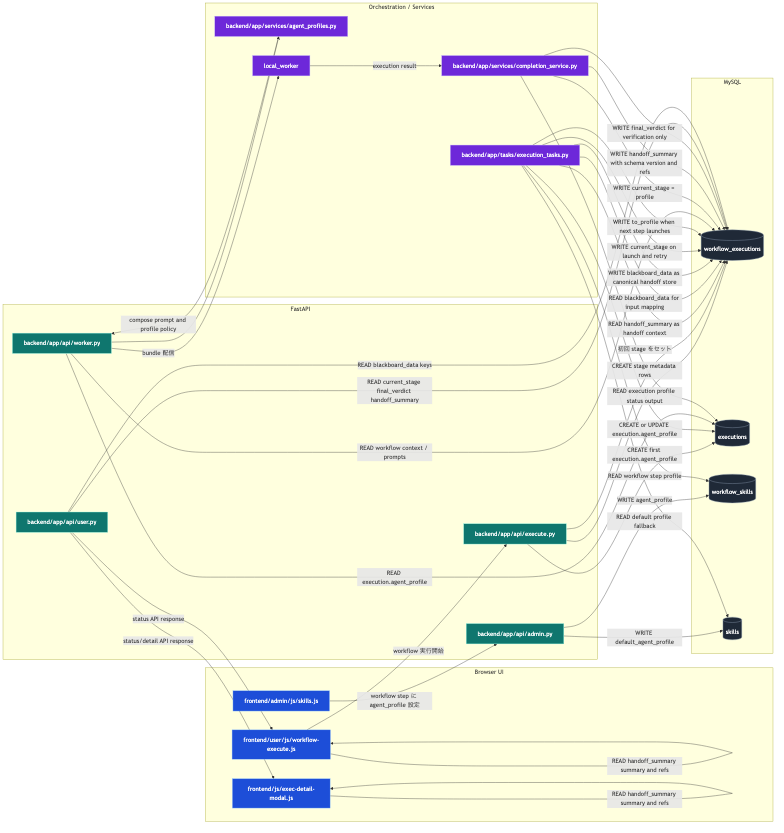
yushihonda/prompt-provision-tool keeps this Mermaid diagram as docs/diagrams/workflow-stage-dataflow.png. Above is the earlier version. Its source is kept beside it as docs/diagrams/workflow-stage-dataflow.mmd. Its diagram source:
```mermaid
flowchart LR

  subgraph UI[Browser UI]
    EXE_UI[frontend/user/js/workflow-execute.js]
    MODAL_UI[frontend/js/exec-detail-modal.js]
    ADMIN_UI[frontend/admin/js/skills.js]
  end

  subgraph API[FastAPI]
    EXEC_API[backend/app/api/execute.py]
    USER_API[backend/app/api/user.py]
    WORKER_API[backend/app/api/worker.py]
    ADMIN_API[backend/app/api/admin.py]
  end

  subgraph ORCH[Orchestration / Services]
    TASKS[backend/app/tasks/execution_tasks.py]
    COMPLETE[backend/app/services/completion_service.py]
    PROFILE[backend/app/services/agent_profiles.py]
    WORKER[local_worker]
  end

  subgraph DB[MySQL]
    WF_EXEC[(workflow_executions)]
    EXEC[(executions)]
    WF_SKILL[(workflow_skills)]
    SKILL[(skills)]
  end

  ADMIN_UI -->|workflow step に agent_profile 設定| ADMIN_API
  ADMIN_API -->|WRITE default_agent_profile| SKILL
  ADMIN_API -->|WRITE agent_profile| WF_SKILL

  EXE_UI -->|workflow 実行開始| EXEC_API
  EXEC_API -->|CREATE stage metadata rows| WF_EXEC
  EXEC_API -->|CREATE first execution.agent_profile| EXEC
  EXEC_API -->|初回 stage をセット| WF_EXEC

  TASKS -->|READ workflow step profile| WF_SKILL
  TASKS -->|READ default profile fallback| SKILL
  TASKS -->|READ handoff_summary as handoff context| WF_EXEC
  TASKS -->|READ blackboard_data for input mapping| WF_EXEC
  TASKS -->|WRITE blackboard_data as canonical handoff store| WF_EXEC
  TASKS -->|WRITE current_stage on launch and retry| WF_EXEC
  TASKS -->|WRITE to_profile when next step launches| WF_EXEC
  TASKS -->|CREATE or UPDATE execution.agent_profile| EXEC

  WORKER_API -->|READ execution.agent_profile| EXEC
  WORKER_API -->|READ workflow context / prompts| WF_EXEC
  WORKER_API --> PROFILE
  PROFILE -->|compose prompt and profile policy| WORKER_API
  WORKER_API -->|bundle 配信| WORKER

  WORKER -->|execution result| COMPLETE
  COMPLETE -->|READ execution profile status output| EXEC
  COMPLETE -->|WRITE current_stage = profile| WF_EXEC
  COMPLETE -->|WRITE handoff_summary with schema version and refs| WF_EXEC
  COMPLETE -->|WRITE final_verdict for verification only| WF_EXEC

  USER_API -->|READ current_stage final_verdict handoff_summary| WF_EXEC
  USER_API -->|READ blackboard_data keys| WF_EXEC
  USER_API -->|status API response| EXE_UI
  USER_API -->|status/detail API response| MODAL_UI

  EXE_UI -->|READ current_stage| EXE_UI
  EXE_UI -->|READ final_verdict| EXE_UI
  EXE_UI -->|READ handoff_summary summary and refs| EXE_UI
  MODAL_UI -->|READ current_stage| MODAL_UI
  MODAL_UI -->|READ final_verdict| MODAL_UI
  MODAL_UI -->|READ handoff_summary summary and refs| MODAL_UI

  classDef db fill:#1f2937,stroke:#94a3b8,color:#fff;
  classDef api fill:#0f766e,stroke:#99f6e4,color:#fff;
  classDef ui fill:#1d4ed8,stroke:#93c5fd,color:#fff;
  classDef svc fill:#6d28d9,stroke:#c4b5fd,color:#fff;

  class WF_EXEC,EXEC,WF_SKILL,SKILL db;
  class EXEC_API,USER_API,WORKER_API,ADMIN_API api;
  class EXE_UI,MODAL_UI,ADMIN_UI ui;
  class TASKS,COMPLETE,PROFILE,WORKER svc;
```
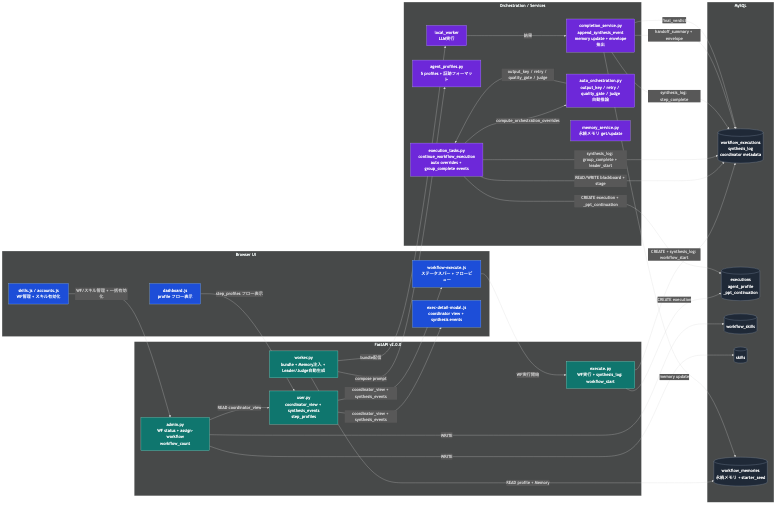
After the commit.

The edit, as a diff of the source:
```diff
@@ -1,80 +1,70 @@
 flowchart LR
-
   subgraph UI[Browser UI]
-    EXE_UI[frontend/user/js/workflow-execute.js]
-    MODAL_UI[frontend/js/exec-detail-modal.js]
-    ADMIN_UI[frontend/admin/js/skills.js]
+    EXE_UI[workflow-execute.js<br/>ステータスバー + フロービュー]
+    MODAL_UI[exec-detail-modal.js<br/>coordinator view + synthesis events]
+    DASH_UI[dashboard.js<br/>profile フロー表示]
+    ADMIN_UI[skills.js / accounts.js<br/>WF管理 + スキル有効化]
   end
 
-  subgraph API[FastAPI]
-    EXEC_API[backend/app/api/execute.py]
-    USER_API[backend/app/api/user.py]
-    WORKER_API[backend/app/api/worker.py]
-    ADMIN_API[backend/app/api/admin.py]
+  subgraph API[FastAPI v2.0.0]
+    EXEC_API[execute.py<br/>WF実行 + synthesis_log: workflow_start]
+    USER_API[user.py<br/>coordinator_view + synthesis_events<br/>step_profiles]
+    WORKER_API[worker.py<br/>bundle + Memory注入 + Leader/Judge自動生成]
+    ADMIN_API[admin.py<br/>WF status + assign-workflow<br/>workflow_count]
   end
 
   subgraph ORCH[Orchestration / Services]
-    TASKS[backend/app/tasks/execution_tasks.py]
-    COMPLETE[backend/app/services/completion_service.py]
-    PROFILE[backend/app/services/agent_profiles.py]
-    WORKER[local_worker]
+    TASKS[execution_tasks.py<br/>continue_workflow_execution<br/>auto overrides + group_complete events]
+    COMPLETE[completion_service.py<br/>append_synthesis_event<br/>memory update + envelope抽出]
+    AUTO[auto_orchestration.py<br/>output_key / retry / quality_gate / judge<br/>自動推論]
+    MEMORY[memory_service.py<br/>永続メモリ get/update]
+    PROFILE[agent_profiles.py<br/>5 profiles + 証跡フォーマット]
+    WORKER[local_worker<br/>LLM実行]
   end
 
   subgraph DB[MySQL]
-    WF_EXEC[(workflow_executions)]
-    EXEC[(executions)]
+    WF_EXEC[(workflow_executions<br/>synthesis_log<br/>coordinator metadata)]
+    EXEC[(executions<br/>agent_profile<br/>_ppt_continuation)]
     WF_SKILL[(workflow_skills)]
     SKILL[(skills)]
+    WF_MEM[(workflow_memories<br/>永続メモリ + starter_seed)]
   end
 
-  ADMIN_UI -->|workflow step に agent_profile 設定| ADMIN_API
-  ADMIN_API -->|WRITE default_agent_profile| SKILL
-  ADMIN_API -->|WRITE agent_profile| WF_SKILL
+  ADMIN_UI -->|WF/スキル管理 + 一括有効化| ADMIN_API
+  ADMIN_API -->|WRITE| SKILL
+  ADMIN_API -->|WRITE| WF_SKILL
+  ADMIN_API -->|READ coordinator_view| USER_API
 
-  EXE_UI -->|workflow 実行開始| EXEC_API
-  EXEC_API -->|CREATE stage metadata rows| WF_EXEC
-  EXEC_API -->|CREATE first execution.agent_profile| EXEC
-  EXEC_API -->|初回 stage をセット| WF_EXEC
+  DASH_UI -->|step_profiles フロー表示| USER_API
+  EXE_UI -->|WF実行開始| EXEC_API
+  EXEC_API -->|CREATE + synthesis_log: workflow_start| WF_EXEC
+  EXEC_API -->|CREATE execution| EXEC
 
-  TASKS -->|READ workflow step profile| WF_SKILL
-  TASKS -->|READ default profile fallback| SKILL
-  TASKS -->|READ handoff_summary as handoff context| WF_EXEC
-  TASKS -->|READ blackboard_data for input mapping| WF_EXEC
-  TASKS -->|WRITE blackboard_data as canonical handoff store| WF_EXEC
-  TASKS -->|WRITE current_stage on launch and retry| WF_EXEC
-  TASKS -->|WRITE to_profile when next step launches| WF_EXEC
-  TASKS -->|CREATE or UPDATE execution.agent_profile| EXEC
+  TASKS -->|compute_orchestration_overrides| AUTO
+  AUTO -->|output_key / retry / quality_gate / judge| TASKS
+  TASKS -->|READ/WRITE blackboard + stage| WF_EXEC
+  TASKS -->|synthesis_log: group_complete + leader_start| WF_EXEC
+  TASKS -->|CREATE execution + _ppt_continuation| EXEC
 
-  WORKER_API -->|READ execution.agent_profile| EXEC
-  WORKER_API -->|READ workflow context / prompts| WF_EXEC
-  WORKER_API --> PROFILE
-  PROFILE -->|compose prompt and profile policy| WORKER_API
-  WORKER_API -->|bundle 配信| WORKER
+  WORKER_API -->|READ profile + Memory| WF_MEM
+  WORKER_API -->|compose prompt| PROFILE
+  WORKER_API -->|bundle配信| WORKER
 
-  WORKER -->|execution result| COMPLETE
-  COMPLETE -->|READ execution profile status output| EXEC
-  COMPLETE -->|WRITE current_stage = profile| WF_EXEC
-  COMPLETE -->|WRITE handoff_summary with schema version and refs| WF_EXEC
-  COMPLETE -->|WRITE final_verdict for verification only| WF_EXEC
+  WORKER -->|結果| COMPLETE
+  COMPLETE -->|synthesis_log: step_complete| WF_EXEC
+  COMPLETE -->|memory update| WF_MEM
+  COMPLETE -->|handoff_summary + envelope| WF_EXEC
+  COMPLETE -->|final_verdict| WF_EXEC
 
-  USER_API -->|READ current_stage final_verdict handoff_summary| WF_EXEC
-  USER_API -->|READ blackboard_data keys| WF_EXEC
-  USER_API -->|status API response| EXE_UI
-  USER_API -->|status/detail API response| MODAL_UI
-
-  EXE_UI -->|READ current_stage| EXE_UI
-  EXE_UI -->|READ final_verdict| EXE_UI
-  EXE_UI -->|READ handoff_summary summary and refs| EXE_UI
-  MODAL_UI -->|READ current_stage| MODAL_UI
-  MODAL_UI -->|READ final_verdict| MODAL_UI
-  MODAL_UI -->|READ handoff_summary summary and refs| MODAL_UI
+  USER_API -->|coordinator_view + synthesis_events| EXE_UI
+  USER_API -->|coordinator_view + synthesis_events| MODAL_UI
 
   classDef db fill:#1f2937,stroke:#94a3b8,color:#fff;
   classDef api fill:#0f766e,stroke:#99f6e4,color:#fff;
   classDef ui fill:#1d4ed8,stroke:#93c5fd,color:#fff;
   classDef svc fill:#6d28d9,stroke:#c4b5fd,color:#fff;
 
-  class WF_EXEC,EXEC,WF_SKILL,SKILL db;
+  class WF_EXEC,EXEC,WF_SKILL,SKILL,WF_MEM db;
   class EXEC_API,USER_API,WORKER_API,ADMIN_API api;
-  class EXE_UI,MODAL_UI,ADMIN_UI ui;
-  class TASKS,COMPLETE,PROFILE,WORKER svc;
+  class EXE_UI,MODAL_UI,DASH_UI,ADMIN_UI ui;
+  class TASKS,COMPLETE,AUTO,MEMORY,PROFILE,WORKER svc;
```
